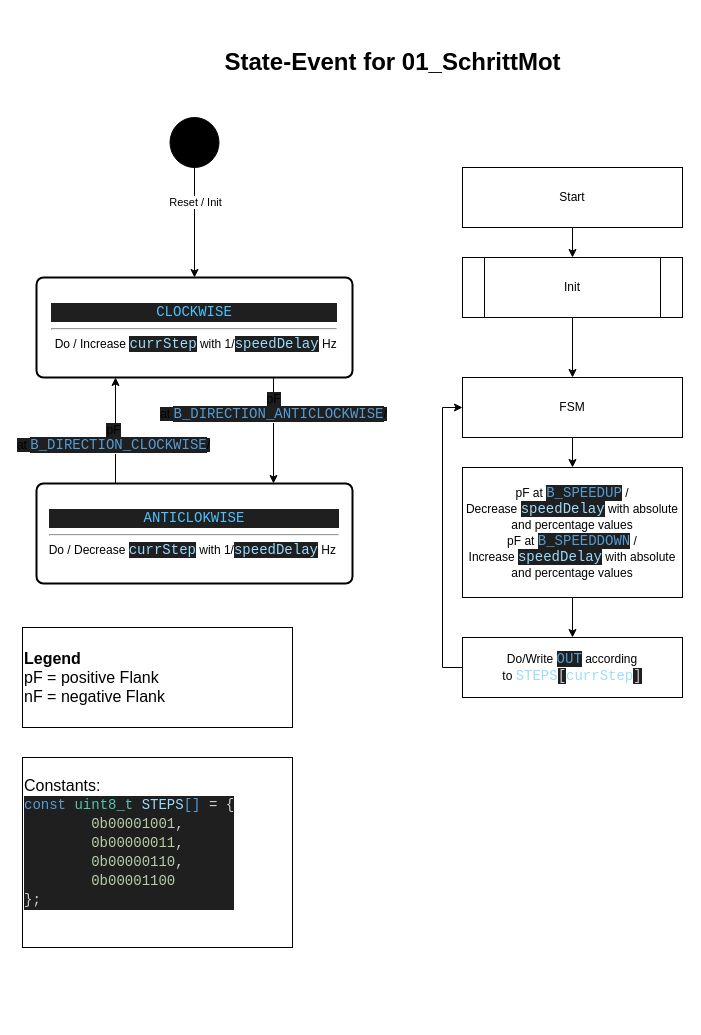
ml3rc/01_SchrittMot keeps this draw.io diagram as readme/State-Event.drawio. Above is the earlier version. Source tidied: cells renumbered, new cells numbered last; positions are measured from the earlier drawing's top-left corner, leaving out a move shared by most shapes. Both pictures are drawn from the tidied source at 100%, with x=0, y=0 at pixel (22, 17).
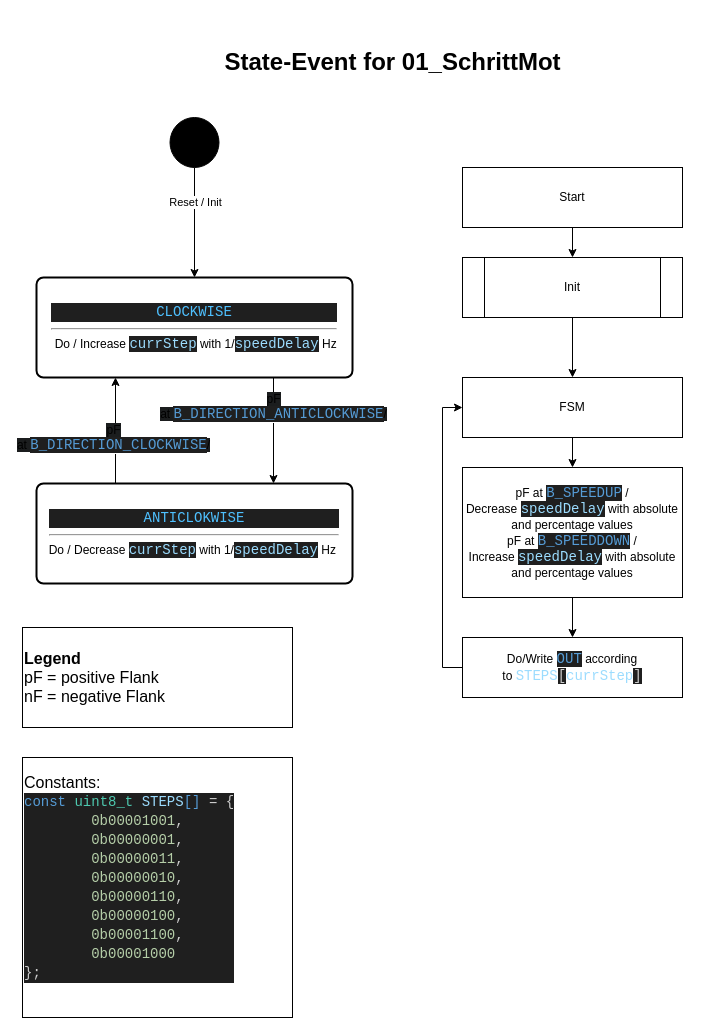
After the change.

What changed in the source:
```diff
@@
-    <mxCell id="14" value="&lt;div style=&quot;&quot;&gt;&lt;span style=&quot;font-size: medium; background-color: initial;&quot;&gt;Constants:&lt;/span&gt;&lt;/div&gt;&lt;div style=&quot;&quot;&gt;&lt;div style=&quot;color: rgb(204, 204, 204); background-color: rgb(31, 31, 31); font-family: Consolas, &amp;quot;Courier New&amp;quot;, monospace; font-size: 14px; line-height: 19px; white-space: pre;&quot;&gt;&lt;div&gt;&lt;span style=&quot;color: #569cd6;&quot;&gt;const&lt;/span&gt; &lt;span style=&quot;color: #4ec9b0;&quot;&gt;uint8_t&lt;/span&gt; &lt;span style=&quot;color: #9cdcfe;&quot;&gt;STEPS&lt;/span&gt;&lt;span style=&quot;color: #569cd6;&quot;&gt;[]&lt;/span&gt; &lt;span style=&quot;color: #d4d4d4;&quot;&gt;=&lt;/span&gt; {&lt;/div&gt;&lt;div&gt;&amp;nbsp; &amp;nbsp; &amp;nbsp; &amp;nbsp; &lt;span style=&quot;color: #b5cea8;&quot;&gt;0b00001001&lt;/span&gt;,&lt;/div&gt;&lt;div&gt;&amp;nbsp; &amp;nbsp; &amp;nbsp; &amp;nbsp; &lt;span style=&quot;color: #b5cea8;&quot;&gt;0b00000011&lt;/span&gt;,&lt;/div&gt;&lt;div&gt;&amp;nbsp; &amp;nbsp; &amp;nbsp; &amp;nbsp; &lt;span style=&quot;color: #b5cea8;&quot;&gt;0b00000110&lt;/span&gt;,&lt;/div&gt;&lt;div&gt;&amp;nbsp; &amp;nbsp; &amp;nbsp; &amp;nbsp; &lt;span style=&quot;color: #b5cea8;&quot;&gt;0b00001100&lt;/span&gt;&lt;/div&gt;&lt;div&gt;};&lt;/div&gt;&lt;/div&gt;&lt;/div&gt;&lt;div style=&quot;&quot;&gt;&lt;span style=&quot;font-size: medium; background-color: initial;&quot;&gt;&lt;br&gt;&lt;/span&gt;&lt;/div&gt;" style="html=1;whiteSpace=wrap;align=left;" parent="1" vertex="1">
-      <mxGeometry y="740" width="270" height="190" as="geometry" />
+    <mxCell id="14" value="&lt;div style=&quot;&quot;&gt;&lt;span style=&quot;font-size: medium; background-color: initial;&quot;&gt;Constants:&lt;/span&gt;&lt;/div&gt;&lt;div style=&quot;&quot;&gt;&lt;div style=&quot;color: rgb(204, 204, 204); background-color: rgb(31, 31, 31); font-family: Consolas, &amp;quot;Courier New&amp;quot;, monospace; font-size: 14px; line-height: 19px; white-space: pre;&quot;&gt;&lt;div style=&quot;line-height: 19px;&quot;&gt;&lt;div&gt;&lt;span style=&quot;color: #569cd6;&quot;&gt;const&lt;/span&gt; &lt;span style=&quot;color: #4ec9b0;&quot;&gt;uint8_t&lt;/span&gt; &lt;span style=&quot;color: #9cdcfe;&quot;&gt;STEPS&lt;/span&gt;&lt;span style=&quot;color: #569cd6;&quot;&gt;[]&lt;/span&gt; &lt;span style=&quot;color: #d4d4d4;&quot;&gt;=&lt;/span&gt; {&lt;/div&gt;&lt;div&gt;&amp;nbsp; &amp;nbsp; &amp;nbsp; &amp;nbsp; &lt;span style=&quot;color: #b5cea8;&quot;&gt;0b00001001&lt;/span&gt;,&lt;/div&gt;&lt;div&gt;&amp;nbsp; &amp;nbsp; &amp;nbsp; &amp;nbsp; &lt;span style=&quot;color: #b5cea8;&quot;&gt;0b00000001&lt;/span&gt;,&lt;/div&gt;&lt;div&gt;&amp;nbsp; &amp;nbsp; &amp;nbsp; &amp;nbsp; &lt;span style=&quot;color: #b5cea8;&quot;&gt;0b00000011&lt;/span&gt;,&lt;/div&gt;&lt;div&gt;&amp;nbsp; &amp;nbsp; &amp;nbsp; &amp;nbsp; &lt;span style=&quot;color: #b5cea8;&quot;&gt;0b00000010&lt;/span&gt;,&lt;/div&gt;&lt;div&gt;&amp;nbsp; &amp;nbsp; &amp;nbsp; &amp;nbsp; &lt;span style=&quot;color: #b5cea8;&quot;&gt;0b00000110&lt;/span&gt;,&lt;/div&gt;&lt;div&gt;&amp;nbsp; &amp;nbsp; &amp;nbsp; &amp;nbsp; &lt;span style=&quot;color: #b5cea8;&quot;&gt;0b00000100&lt;/span&gt;,&lt;/div&gt;&lt;div&gt;&amp;nbsp; &amp;nbsp; &amp;nbsp; &amp;nbsp; &lt;span style=&quot;color: #b5cea8;&quot;&gt;0b00001100&lt;/span&gt;,&lt;/div&gt;&lt;div&gt;&amp;nbsp; &amp;nbsp; &amp;nbsp; &amp;nbsp; &lt;span style=&quot;color: #b5cea8;&quot;&gt;0b00001000&lt;/span&gt;&lt;/div&gt;&lt;div&gt;};&lt;/div&gt;&lt;/div&gt;&lt;/div&gt;&lt;/div&gt;&lt;div style=&quot;&quot;&gt;&lt;span style=&quot;font-size: medium; background-color: initial;&quot;&gt;&lt;br&gt;&lt;/span&gt;&lt;/div&gt;" style="html=1;whiteSpace=wrap;align=left;" parent="1" vertex="1">
+      <mxGeometry y="740" width="270" height="260" as="geometry" />
     </mxCell>
```
